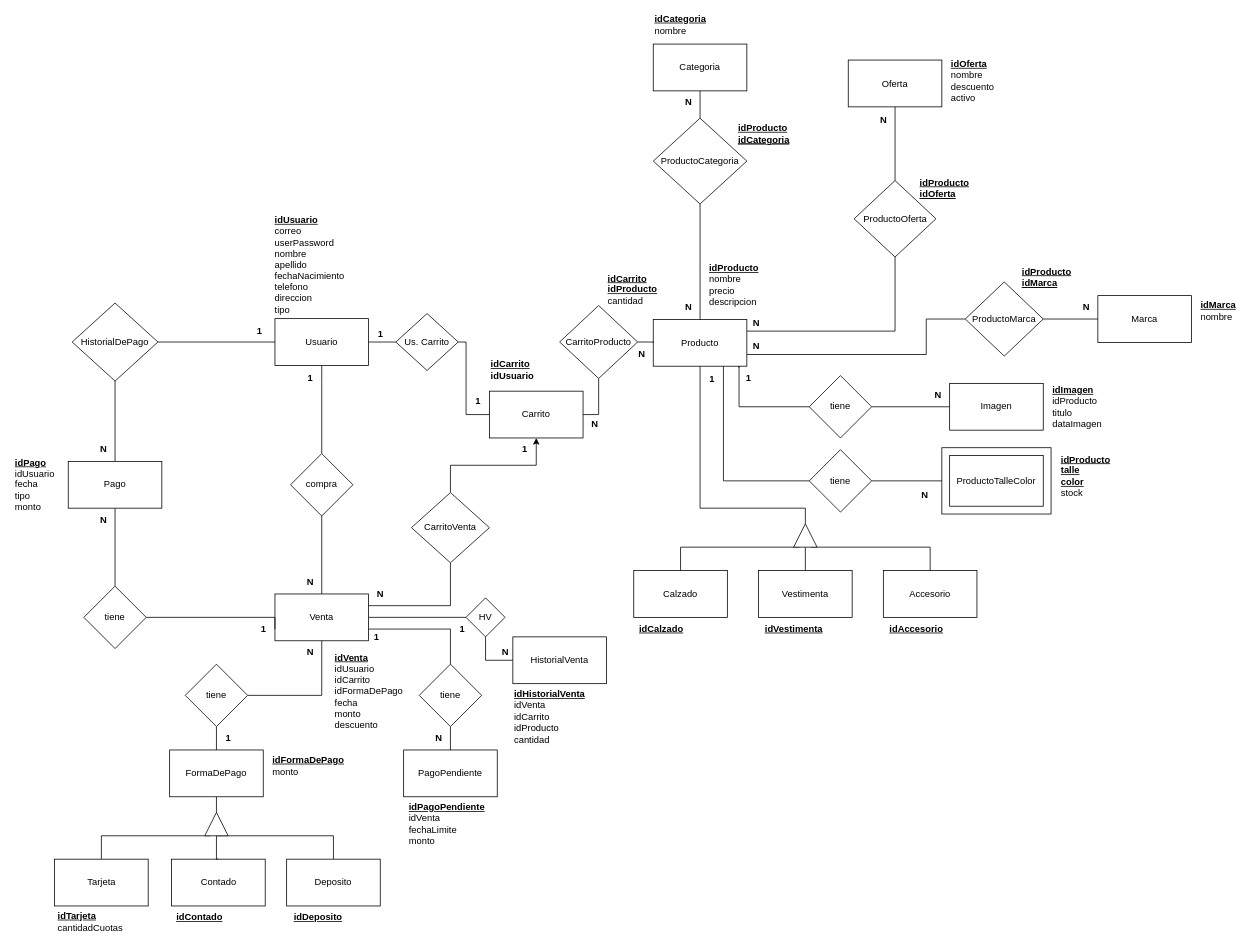
Above: documentacion-Ecommerce/MEREcommerce.drawio in YolausGG/ProyectosReact-TrocheGodoy (draw.io), before the change. Source tidied: cells renumbered, new cells numbered last; positions are measured from the earlier drawing's top-left corner, leaving out a move shared by most shapes. Both pictures are drawn from the tidied source at 78%, with x=0, y=0 at pixel (13, 16).
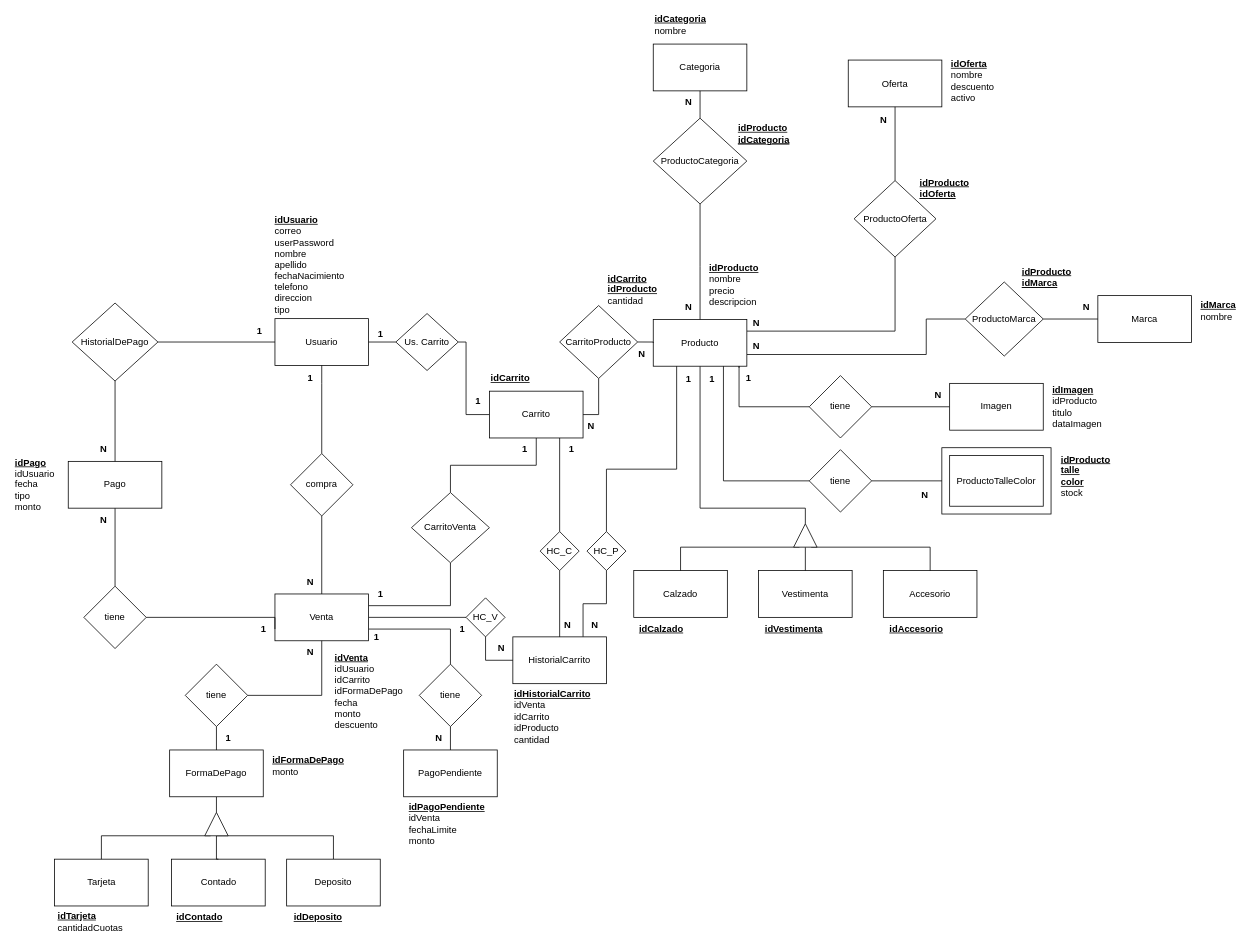
The same diagram, later.

The change refers to these unchanged cells:
```xml
<mxCell id="6" value="Producto" style="rounded=0;whiteSpace=wrap;html=1;" parent="1" vertex="1">
  <mxGeometry x="820" y="388" width="120" height="60" as="geometry" />
</mxCell>
<mxCell id="23" value="CarritoVenta" style="rhombus;whiteSpace=wrap;html=1;" parent="1" vertex="1">
  <mxGeometry x="510" y="610" width="100" height="90" as="geometry" />
</mxCell>
<mxCell id="113" value="Carrito" style="rounded=0;whiteSpace=wrap;html=1;" parent="1" vertex="1">
  <mxGeometry x="610" y="480" width="120" height="60" as="geometry" />
</mxCell>
```

Change to the diagram source:
```diff
@@
-    <mxCell id="22" style="edgeStyle=orthogonalEdgeStyle;rounded=0;jettySize=auto;html=1;entryX=0.5;entryY=1;entryDx=0;entryDy=0;" parent="1" edge="1" source="23" target="113">
+    <mxCell id="22" style="edgeStyle=orthogonalEdgeStyle;rounded=0;jettySize=auto;html=1;entryX=0.5;entryY=1;entryDx=0;entryDy=0;endArrow=none;endFill=0;" parent="1" edge="1" source="23" target="113">
       <mxGeometry relative="1" as="geometry" />
     </mxCell>
@@
     <mxCell id="117" value="N" style="text;html=1;align=center;verticalAlign=middle;strokeColor=none;fillColor=none;fontStyle=1;" parent="1" vertex="1">
-      <mxGeometry x="730" y="508" width="30" height="30" as="geometry" />
+      <mxGeometry x="725" y="510" width="30" height="30" as="geometry" />
     </mxCell>
-    <mxCell id="118" value="N" style="text;html=1;align=center;verticalAlign=middle;strokeColor=none;fillColor=none;fontStyle=1;" parent="1" vertex="1">
+    <mxCell id="118" value="1" style="text;html=1;align=center;verticalAlign=middle;strokeColor=none;fillColor=none;fontStyle=1;" parent="1" vertex="1">
       <mxGeometry x="455" y="725" width="30" height="30" as="geometry" />
     </mxCell>
-    <mxCell id="119" value="&lt;div&gt;&lt;b style=&quot;border-color: var(--border-color);&quot;&gt;&lt;u style=&quot;border-color: var(--border-color);&quot;&gt;&lt;br&gt;&lt;/u&gt;&lt;/b&gt;&lt;/div&gt;&lt;b style=&quot;border-color: var(--border-color);&quot;&gt;&lt;u style=&quot;border-color: var(--border-color);&quot;&gt;idCarrito&lt;/u&gt;&lt;/b&gt;&lt;div&gt;&lt;b style=&quot;border-color: var(--border-color);&quot;&gt;&lt;span style=&quot;border-color: var(--border-color);&quot;&gt;idUsuario&lt;br&gt;&lt;/span&gt;&lt;/b&gt;&lt;u style=&quot;font-weight: bold;&quot;&gt;&lt;font style=&quot;font-size: 12px;&quot;&gt;&lt;br&gt;&lt;/font&gt;&lt;/u&gt;&lt;/div&gt;" style="text;html=1;strokeColor=none;fillColor=none;align=left;verticalAlign=middle;whiteSpace=wrap;rounded=0;" parent="1" vertex="1">
-      <mxGeometry x="610" y="428" width="75" height="50" as="geometry" />
+    <mxCell id="119" value="&lt;div&gt;&lt;b style=&quot;border-color: var(--border-color);&quot;&gt;&lt;u style=&quot;border-color: var(--border-color);&quot;&gt;&lt;br&gt;&lt;/u&gt;&lt;/b&gt;&lt;/div&gt;&lt;b style=&quot;border-color: var(--border-color);&quot;&gt;&lt;u style=&quot;border-color: var(--border-color);&quot;&gt;idCarrito&lt;/u&gt;&lt;/b&gt;" style="text;html=1;strokeColor=none;fillColor=none;align=left;verticalAlign=middle;whiteSpace=wrap;rounded=0;" parent="1" vertex="1">
+      <mxGeometry x="610" y="442" width="80" height="28" as="geometry" />
     </mxCell>
+    <mxCell id="126" style="edgeStyle=orthogonalEdgeStyle;rounded=0;jettySize=auto;html=1;exitX=0.75;exitY=0;exitDx=0;exitDy=0;entryX=0.5;entryY=1;entryDx=0;entryDy=0;endArrow=none;endFill=0;" parent="1" edge="1" source="120" target="133">
+      <mxGeometry relative="1" as="geometry" />
+    </mxCell>
-    <mxCell id="120" value="HistorialVenta" style="rounded=0;whiteSpace=wrap;html=1;" parent="1" vertex="1">
+    <mxCell id="120" value="HistorialCarrito" style="rounded=0;whiteSpace=wrap;html=1;" parent="1" vertex="1">
       <mxGeometry x="640" y="795" width="120" height="60" as="geometry" />
     </mxCell>
-    <mxCell id="121" value="&lt;b style=&quot;forced-color-adjust: none; color: rgb(0, 0, 0); font-family: Helvetica; font-size: 12px; font-style: normal; font-variant-ligatures: normal; font-variant-caps: normal; letter-spacing: normal; orphans: 2; text-align: left; text-indent: 0px; text-transform: none; widows: 2; word-spacing: 0px; -webkit-text-stroke-width: 0px; white-space: normal; background-color: rgb(251, 251, 251); text-decoration-thickness: initial; text-decoration-style: initial; text-decoration-color: initial; border-color: var(--border-color);&quot;&gt;&lt;u style=&quot;forced-color-adjust: none; border-color: var(--border-color);&quot;&gt;idHistorialVenta&lt;/u&gt;&lt;/b&gt;&lt;div&gt;&lt;span style=&quot;forced-color-adjust: none; color: rgb(0, 0, 0); font-family: Helvetica; font-size: 12px; font-style: normal; font-variant-ligatures: normal; font-variant-caps: normal; letter-spacing: normal; orphans: 2; text-align: left; text-indent: 0px; text-transform: none; widows: 2; word-spacing: 0px; -webkit-text-stroke-width: 0px; white-space: normal; background-color: rgb(251, 251, 251); text-decoration-thickness: initial; text-decoration-style: initial; text-decoration-color: initial; border-color: var(--border-color);&quot;&gt;&lt;span style=&quot;forced-color-adjust: none; border-color: var(--border-color);&quot;&gt;idVenta&lt;/span&gt;&lt;/span&gt;&lt;div&gt;idCarrito&lt;br&gt;&lt;div&gt;&lt;font style=&quot;forced-color-adjust: none; color: rgb(0, 0, 0); font-family: Helvetica; font-size: 12px; font-style: normal; font-variant-ligatures: normal; font-variant-caps: normal; letter-spacing: normal; orphans: 2; text-align: left; text-indent: 0px; text-transform: none; widows: 2; word-spacing: 0px; -webkit-text-stroke-width: 0px; white-space: normal; background-color: rgb(251, 251, 251); text-decoration-thickness: initial; text-decoration-style: initial; text-decoration-color: initial;&quot;&gt;&lt;span style=&quot;forced-color-adjust: none;&quot;&gt;idProducto&lt;/span&gt;&lt;br style=&quot;forced-color-adjust: none;&quot;&gt;cantidad&lt;br style=&quot;forced-color-adjust: none;&quot;&gt;&lt;/font&gt;&lt;/div&gt;&lt;/div&gt;&lt;/div&gt;" style="text;whiteSpace=wrap;html=1;" parent="1" vertex="1">
-      <mxGeometry x="640" y="855" width="100" height="70" as="geometry" />
+    <mxCell id="121" value="&lt;b style=&quot;forced-color-adjust: none; color: rgb(0, 0, 0); font-family: Helvetica; font-size: 12px; font-style: normal; font-variant-ligatures: normal; font-variant-caps: normal; letter-spacing: normal; orphans: 2; text-align: left; text-indent: 0px; text-transform: none; widows: 2; word-spacing: 0px; -webkit-text-stroke-width: 0px; white-space: normal; background-color: rgb(251, 251, 251); text-decoration-thickness: initial; text-decoration-style: initial; text-decoration-color: initial; border-color: var(--border-color);&quot;&gt;&lt;u style=&quot;forced-color-adjust: none; border-color: var(--border-color);&quot;&gt;idHistorialCarrito&lt;/u&gt;&lt;/b&gt;&lt;div&gt;&lt;span style=&quot;forced-color-adjust: none; color: rgb(0, 0, 0); font-family: Helvetica; font-size: 12px; font-style: normal; font-variant-ligatures: normal; font-variant-caps: normal; letter-spacing: normal; orphans: 2; text-align: left; text-indent: 0px; text-transform: none; widows: 2; word-spacing: 0px; -webkit-text-stroke-width: 0px; white-space: normal; background-color: rgb(251, 251, 251); text-decoration-thickness: initial; text-decoration-style: initial; text-decoration-color: initial; border-color: var(--border-color);&quot;&gt;&lt;span style=&quot;forced-color-adjust: none; border-color: var(--border-color);&quot;&gt;idVenta&lt;/span&gt;&lt;/span&gt;&lt;div&gt;idCarrito&lt;br&gt;&lt;div&gt;&lt;font style=&quot;forced-color-adjust: none; color: rgb(0, 0, 0); font-family: Helvetica; font-size: 12px; font-style: normal; font-variant-ligatures: normal; font-variant-caps: normal; letter-spacing: normal; orphans: 2; text-align: left; text-indent: 0px; text-transform: none; widows: 2; word-spacing: 0px; -webkit-text-stroke-width: 0px; white-space: normal; background-color: rgb(251, 251, 251); text-decoration-thickness: initial; text-decoration-style: initial; text-decoration-color: initial;&quot;&gt;&lt;span style=&quot;forced-color-adjust: none;&quot;&gt;idProducto&lt;/span&gt;&lt;br style=&quot;forced-color-adjust: none;&quot;&gt;cantidad&lt;/font&gt;&lt;/div&gt;&lt;/div&gt;&lt;/div&gt;" style="text;whiteSpace=wrap;html=1;" parent="1" vertex="1">
+      <mxGeometry x="640" y="855" width="100" height="85" as="geometry" />
     </mxCell>
@@
-    <mxCell id="123" value="HV" style="rhombus;whiteSpace=wrap;html=1;" parent="1" vertex="1">
+    <mxCell id="123" value="HC_V" style="rhombus;whiteSpace=wrap;html=1;" parent="1" vertex="1">
       <mxGeometry x="580" y="745" width="50" height="50" as="geometry" />
     </mxCell>
@@
     <mxCell id="125" value="N" style="text;html=1;align=center;verticalAlign=middle;strokeColor=none;fillColor=none;fontStyle=1;" parent="1" vertex="1">
-      <mxGeometry x="615" y="800" width="30" height="30" as="geometry" />
+      <mxGeometry x="610" y="795" width="30" height="30" as="geometry" />
     </mxCell>
+    <mxCell id="127" style="edgeStyle=orthogonalEdgeStyle;rounded=0;jettySize=auto;html=1;endArrow=none;endFill=0;" parent="1" edge="1" source="129" target="120">
+      <mxGeometry relative="1" as="geometry" />
+    </mxCell>
+    <mxCell id="128" style="edgeStyle=orthogonalEdgeStyle;rounded=0;jettySize=auto;html=1;exitX=0.5;exitY=0;exitDx=0;exitDy=0;entryX=0.75;entryY=1;entryDx=0;entryDy=0;endArrow=none;endFill=0;" parent="1" edge="1" source="129" target="113">
+      <mxGeometry relative="1" as="geometry" />
+    </mxCell>
+    <mxCell id="129" value="HC_C" style="rhombus;whiteSpace=wrap;html=1;" parent="1" vertex="1">
+      <mxGeometry x="675" y="660" width="50" height="50" as="geometry" />
+    </mxCell>
+    <mxCell id="130" value="N" style="text;html=1;align=center;verticalAlign=middle;strokeColor=none;fillColor=none;fontStyle=1;" parent="1" vertex="1">
+      <mxGeometry x="695" y="765" width="30" height="30" as="geometry" />
+    </mxCell>
+    <mxCell id="131" value="1" style="text;html=1;align=center;verticalAlign=middle;strokeColor=none;fillColor=none;fontStyle=1;" parent="1" vertex="1">
+      <mxGeometry x="700" y="540" width="30" height="30" as="geometry" />
+    </mxCell>
+    <mxCell id="132" style="edgeStyle=orthogonalEdgeStyle;rounded=0;jettySize=auto;html=1;entryX=0.25;entryY=1;entryDx=0;entryDy=0;endArrow=none;endFill=0;" parent="1" edge="1" source="133" target="6">
+      <mxGeometry relative="1" as="geometry">
+        <Array as="points">
+          <mxPoint x="760" y="580" />
+          <mxPoint x="850" y="580" />
+        </Array>
+      </mxGeometry>
+    </mxCell>
+    <mxCell id="133" value="HC_P" style="rhombus;whiteSpace=wrap;html=1;" parent="1" vertex="1">
+      <mxGeometry x="735" y="660" width="50" height="50" as="geometry" />
+    </mxCell>
+    <mxCell id="134" value="N" style="text;html=1;align=center;verticalAlign=middle;strokeColor=none;fillColor=none;fontStyle=1;" parent="1" vertex="1">
+      <mxGeometry x="730" y="765" width="30" height="30" as="geometry" />
+    </mxCell>
+    <mxCell id="135" value="1" style="text;html=1;align=center;verticalAlign=middle;strokeColor=none;fillColor=none;fontStyle=1;" parent="1" vertex="1">
+      <mxGeometry x="850" y="450" width="30" height="30" as="geometry" />
+    </mxCell>
```
